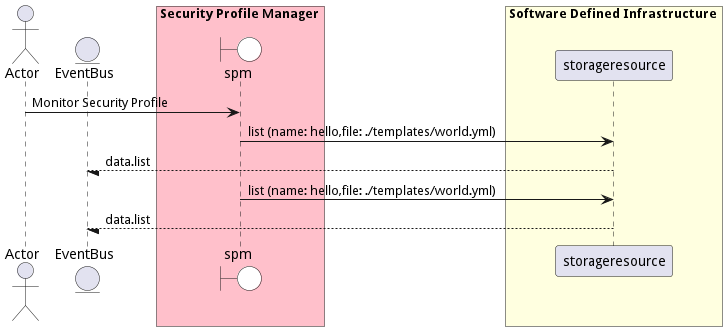
Earlier version of the PlantUML export docs/edgemere/sa/spm/usecases/managesecurityprofiles/MonitorSecurityProfile.png (madajaju/edgemere).
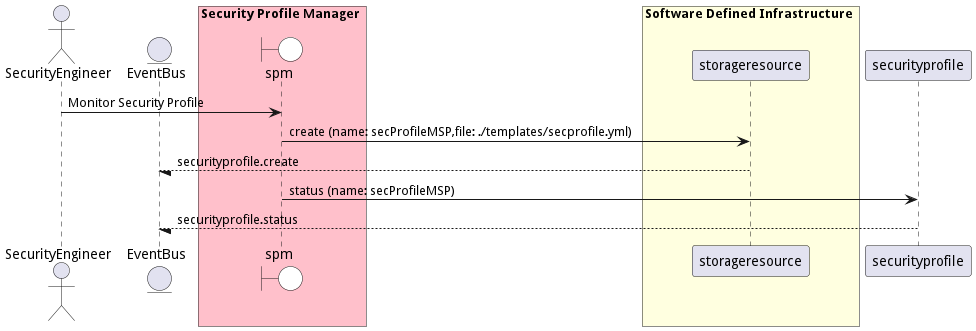
After the change.

The edit, as a diff of the source:
```diff
@@ -1,6 +1,6 @@
 @startuml
 
-actor "Actor"
+actor "SecurityEngineer"
 
 
 entity EventBus
@@ -14,16 +14,19 @@
             participant storageresource
     end box
 
+box Security Profile Manager #pink
+    end box
 
-"Actor" -> spm: Monitor Security Profile
 
-    spm -> "storageresource": list (name: hello,file: ./templates/world.yml)
+"SecurityEngineer" -> spm: Monitor Security Profile
 
-    "storageresource" --/ EventBus: data.list
+    spm -> "storageresource": create (name: secProfileMSP,file: ./templates/secprofile.yml)
 
-    spm -> "storageresource": list (name: hello,file: ./templates/world.yml)
+    "storageresource" --/ EventBus: securityprofile.create
 
-    "storageresource" --/ EventBus: data.list
+    spm -> "securityprofile": status (name: secProfileMSP)
+
+    "securityprofile" --/ EventBus: securityprofile.status
 
 
 
```
